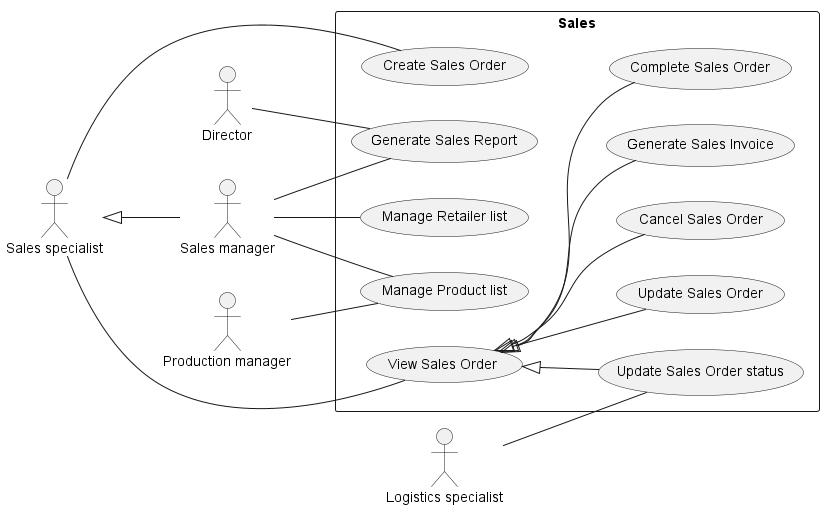
Earlier version of the PlantUML export use-cases/Sales.png (phihungha/scmss-reqs).
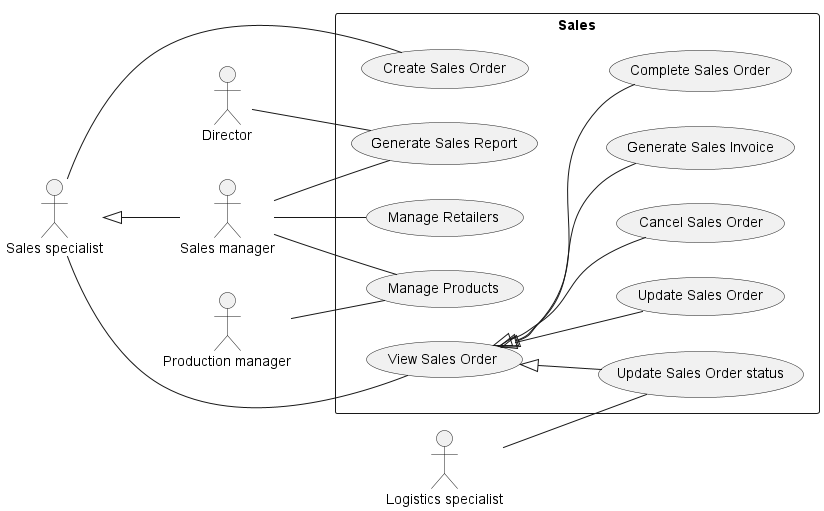
Later version of the same file.

Change to the diagram source:
```diff
@@ -23,8 +23,8 @@
 
     sm -- (Generate Sales Report)
     d -- (Generate Sales Report)
-    pm -- (Manage Product list)
-    sm -- (Manage Product list)
-    sm -- (Manage Retailer list)
+    pm -- (Manage Products)
+    sm -- (Manage Products)
+    sm -- (Manage Retailers)
 }
 @enduml
```
